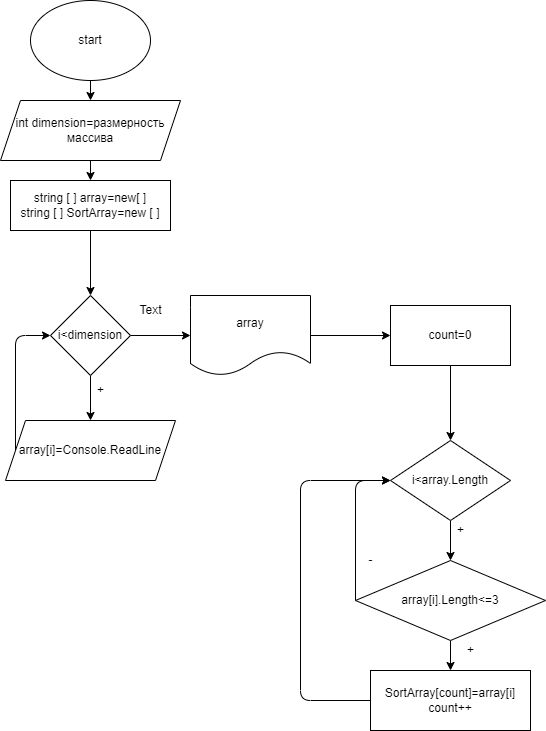
Before: block_diagram.drawio.png, a diagram exported from draw.io (AntonSavchenko88/ControlWork). Source tidied: cells renumbered, new cells last; positions are measured from the earlier drawing's top-left corner, leaving out a move shared by most shapes.
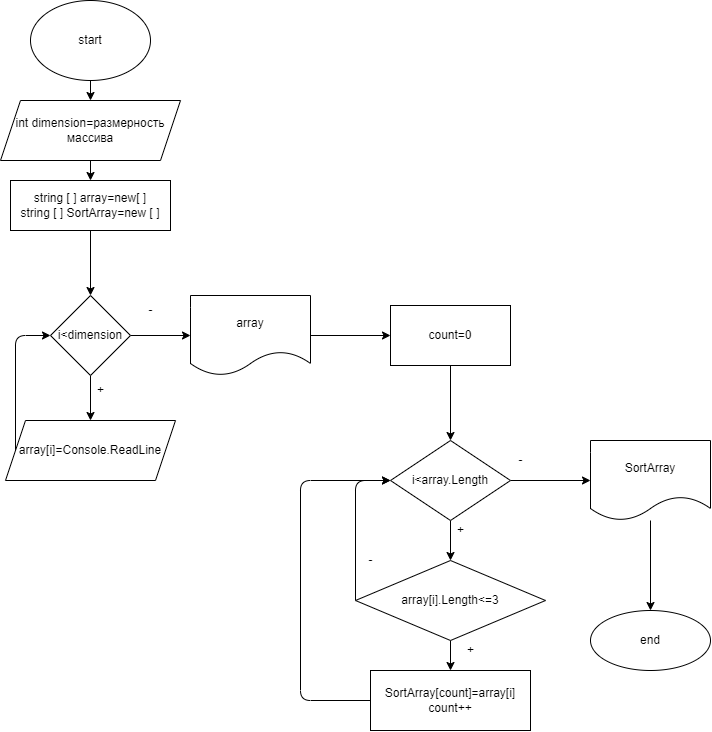
Above is the later version.

Commit message:
Оформлена описательная часть решения поставленной задачи. Файл README.md

The edit, as a diff of the source:
```diff
@@ -54,6 +54,9 @@
     <mxCell id="17" style="edgeStyle=none;html=1;" parent="1" edge="1" source="18" target="21">
       <mxGeometry relative="1" as="geometry" />
     </mxCell>
+    <mxCell id="29" style="edgeStyle=none;html=1;" parent="1" edge="1" source="18" target="31">
+      <mxGeometry relative="1" as="geometry" />
+    </mxCell>
     <mxCell id="18" value="i&amp;lt;array.Length" style="rhombus;whiteSpace=wrap;html=1;" parent="1" vertex="1">
       <mxGeometry x="390" y="440" width="120" height="80" as="geometry" />
     </mxCell>
@@ -94,8 +97,20 @@
     <mxCell id="27" value="+" style="text;html=1;align=center;verticalAlign=middle;strokeColor=none;fillColor=none;" parent="1" vertex="1">
       <mxGeometry x="90" y="380" width="20" height="20" as="geometry" />
     </mxCell>
-    <mxCell id="28" value="Text" style="text;html=1;align=center;verticalAlign=middle;strokeColor=none;fillColor=none;" parent="1" vertex="1">
-      <mxGeometry x="130" y="300" width="40" height="20" as="geometry" />
+    <mxCell id="28" value="-" style="text;html=1;align=center;verticalAlign=middle;strokeColor=none;fillColor=none;" parent="1" vertex="1">
+      <mxGeometry x="140" y="300" width="20" height="20" as="geometry" />
     </mxCell>
+    <mxCell id="30" style="edgeStyle=none;html=1;" parent="1" edge="1" source="31" target="33">
+      <mxGeometry relative="1" as="geometry" />
+    </mxCell>
+    <mxCell id="31" value="SortArray" style="shape=document;whiteSpace=wrap;html=1;boundedLbl=1;" parent="1" vertex="1">
+      <mxGeometry x="590" y="440" width="120" height="80" as="geometry" />
+    </mxCell>
+    <mxCell id="32" value="-" style="text;html=1;align=center;verticalAlign=middle;strokeColor=none;fillColor=none;" parent="1" vertex="1">
+      <mxGeometry x="510" y="450" width="20" height="20" as="geometry" />
+    </mxCell>
+    <mxCell id="33" value="end" style="ellipse;whiteSpace=wrap;html=1;" parent="1" vertex="1">
+      <mxGeometry x="590" y="610" width="120" height="60" as="geometry" />
+    </mxCell>
   </root>
 </mxGraphModel>
```
